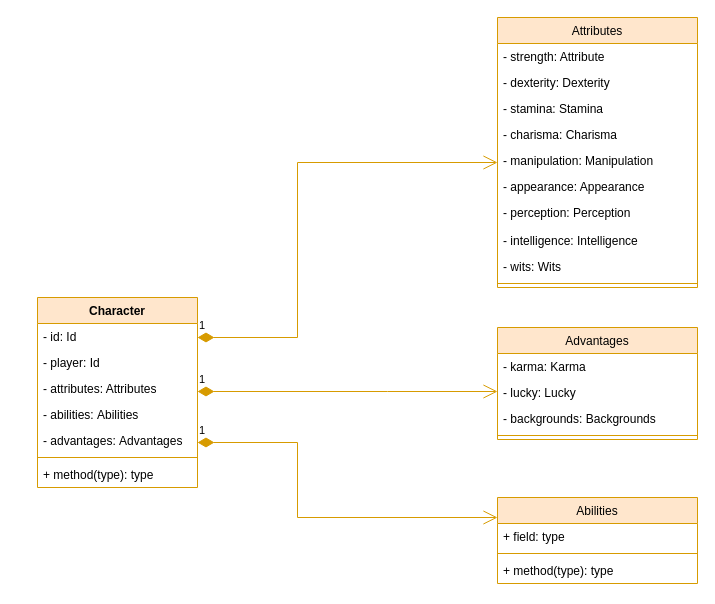
Before: Characters.drawio in TheSeedSDK/diagrams, a draw.io diagram. Source tidied: cells renumbered, new cells numbered last; positions are measured from the earlier drawing's top-left corner, leaving out a move shared by most shapes. Both pictures are drawn from the tidied source at 100%, with x=0, y=0 at pixel (37, 17).
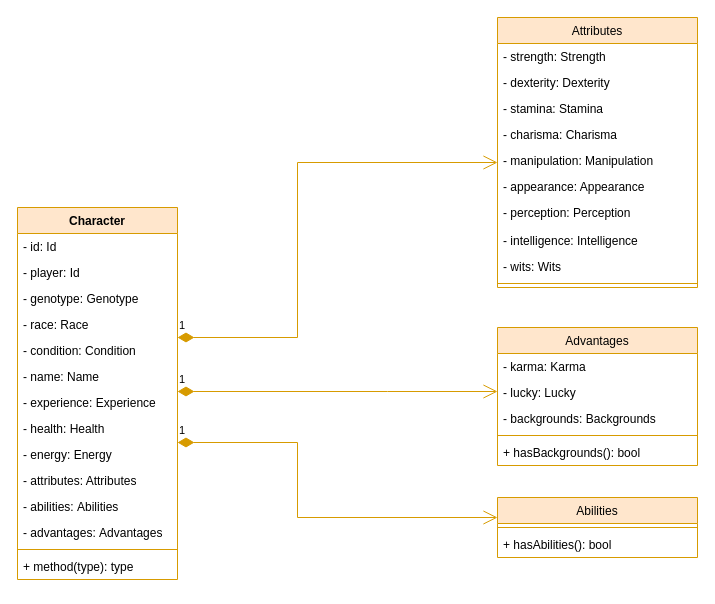
The same page after the edit.

The change refers to these unchanged cells:
```xml
<mxCell id="6" value="Attributes" style="swimlane;fontStyle=0;align=center;verticalAlign=top;horizontal=1;startSize=26;fillColor=#ffe6cc;strokeColor=#d79b00;" parent="1" vertex="1">
  <mxGeometry x="460" width="200" height="270" as="geometry" />
</mxCell>
```

Change to the diagram source:
```diff
@@
     <mxCell id="2" value="Abilities" style="swimlane;fontStyle=0;align=center;verticalAlign=top;horizontal=1;startSize=26;fillColor=#ffe6cc;strokeColor=#d79b00;" parent="1" vertex="1">
-      <mxGeometry x="460" y="480" width="200" height="86" as="geometry" />
+      <mxGeometry x="460" y="480" width="200" height="60" as="geometry" />
     </mxCell>
-    <mxCell id="3" value="+ field: type" style="text;strokeColor=none;fillColor=none;align=left;verticalAlign=top;spacingLeft=4;spacingRight=4;overflow=hidden;" parent="2" vertex="1">
-      <mxGeometry y="26" width="200" height="26" as="geometry" />
-    </mxCell>
     <mxCell id="4" style="line;strokeWidth=1;fillColor=#ffe6cc;align=left;verticalAlign=middle;spacingTop=-1;spacingLeft=3;spacingRight=3;labelPosition=right;strokeColor=#d79b00;" parent="2" vertex="1">
-      <mxGeometry y="52" width="200" height="8" as="geometry" />
+      <mxGeometry y="26" width="200" height="8" as="geometry" />
     </mxCell>
-    <mxCell id="5" value="+ method(type): type" style="text;strokeColor=none;fillColor=none;align=left;verticalAlign=top;spacingLeft=4;spacingRight=4;overflow=hidden;" parent="2" vertex="1">
-      <mxGeometry y="60" width="200" height="26" as="geometry" />
+    <mxCell id="5" value="+ hasAbilities(): bool" style="text;strokeColor=none;fillColor=none;align=left;verticalAlign=top;spacingLeft=4;spacingRight=4;overflow=hidden;" parent="2" vertex="1">
+      <mxGeometry y="34" width="200" height="26" as="geometry" />
     </mxCell>
@@
-    <mxCell id="7" value="- strength: Attribute" style="text;strokeColor=none;fillColor=none;align=left;verticalAlign=top;spacingLeft=4;spacingRight=4;overflow=hidden;" parent="6" vertex="1">
+    <mxCell id="7" value="- strength: Strength" style="text;strokeColor=none;fillColor=none;align=left;verticalAlign=top;spacingLeft=4;spacingRight=4;overflow=hidden;" parent="6" vertex="1">
       <mxGeometry y="26" width="200" height="26" as="geometry" />
     </mxCell>
@@
     <mxCell id="17" value="Character" style="swimlane;fontStyle=1;align=center;verticalAlign=top;horizontal=1;startSize=26;fillColor=#ffe6cc;strokeColor=#d79b00;" parent="1" vertex="1">
-      <mxGeometry y="280" width="160" height="190" as="geometry" />
+      <mxGeometry x="-20" y="190" width="160" height="372" as="geometry" />
     </mxCell>
@@
+    <mxCell id="33" value="- genotype: Genotype" style="text;strokeColor=none;fillColor=none;align=left;verticalAlign=top;spacingLeft=4;spacingRight=4;overflow=hidden;" parent="17" vertex="1">
+      <mxGeometry y="78" width="160" height="26" as="geometry" />
+    </mxCell>
+    <mxCell id="34" value="- race: Race" style="text;strokeColor=none;fillColor=none;align=left;verticalAlign=top;spacingLeft=4;spacingRight=4;overflow=hidden;" parent="17" vertex="1">
+      <mxGeometry y="104" width="160" height="26" as="geometry" />
+    </mxCell>
+    <mxCell id="35" value="- condition: Condition" style="text;strokeColor=none;fillColor=none;align=left;verticalAlign=top;spacingLeft=4;spacingRight=4;overflow=hidden;" parent="17" vertex="1">
+      <mxGeometry y="130" width="160" height="26" as="geometry" />
+    </mxCell>
+    <mxCell id="36" value="- name: Name" style="text;strokeColor=none;fillColor=none;align=left;verticalAlign=top;spacingLeft=4;spacingRight=4;overflow=hidden;" parent="17" vertex="1">
+      <mxGeometry y="156" width="160" height="26" as="geometry" />
+    </mxCell>
+    <mxCell id="37" value="- experience: Experience" style="text;strokeColor=none;fillColor=none;align=left;verticalAlign=top;spacingLeft=4;spacingRight=4;overflow=hidden;" parent="17" vertex="1">
+      <mxGeometry y="182" width="160" height="26" as="geometry" />
+    </mxCell>
+    <mxCell id="38" value="- health: Health" style="text;strokeColor=none;fillColor=none;align=left;verticalAlign=top;spacingLeft=4;spacingRight=4;overflow=hidden;" parent="17" vertex="1">
+      <mxGeometry y="208" width="160" height="26" as="geometry" />
+    </mxCell>
+    <mxCell id="39" value="- energy: Energy" style="text;strokeColor=none;fillColor=none;align=left;verticalAlign=top;spacingLeft=4;spacingRight=4;overflow=hidden;" parent="17" vertex="1">
+      <mxGeometry y="234" width="160" height="26" as="geometry" />
+    </mxCell>
     <mxCell id="20" value="- attributes: Attributes" style="text;strokeColor=none;fillColor=none;align=left;verticalAlign=top;spacingLeft=4;spacingRight=4;overflow=hidden;" parent="17" vertex="1">
-      <mxGeometry y="78" width="160" height="26" as="geometry" />
+      <mxGeometry y="260" width="160" height="26" as="geometry" />
     </mxCell>
     <mxCell id="21" value="- abilities: Abilities" style="text;strokeColor=none;fillColor=none;align=left;verticalAlign=top;spacingLeft=4;spacingRight=4;overflow=hidden;" parent="17" vertex="1">
-      <mxGeometry y="104" width="160" height="26" as="geometry" />
+      <mxGeometry y="286" width="160" height="26" as="geometry" />
     </mxCell>
     <mxCell id="22" value="- advantages: Advantages" style="text;strokeColor=none;fillColor=none;align=left;verticalAlign=top;spacingLeft=4;spacingRight=4;overflow=hidden;" parent="17" vertex="1">
-      <mxGeometry y="130" width="160" height="26" as="geometry" />
+      <mxGeometry y="312" width="160" height="26" as="geometry" />
     </mxCell>
     <mxCell id="23" style="line;strokeWidth=1;fillColor=#ffe6cc;align=left;verticalAlign=middle;spacingTop=-1;spacingLeft=3;spacingRight=3;labelPosition=right;strokeColor=#d79b00;" parent="17" vertex="1">
-      <mxGeometry y="156" width="160" height="8" as="geometry" />
+      <mxGeometry y="338" width="160" height="8" as="geometry" />
     </mxCell>
     <mxCell id="24" value="+ method(type): type" style="text;strokeColor=none;fillColor=none;align=left;verticalAlign=top;spacingLeft=4;spacingRight=4;overflow=hidden;" parent="17" vertex="1">
-      <mxGeometry y="164" width="160" height="26" as="geometry" />
+      <mxGeometry y="346" width="160" height="26" as="geometry" />
     </mxCell>
@@
     <mxCell id="26" value="Advantages" style="swimlane;fontStyle=0;align=center;verticalAlign=top;horizontal=1;startSize=26;fillColor=#ffe6cc;strokeColor=#d79b00;" parent="1" vertex="1">
-      <mxGeometry x="460" y="310" width="200" height="112" as="geometry" />
+      <mxGeometry x="460" y="310" width="200" height="138" as="geometry" />
     </mxCell>
@@
+    <mxCell id="40" value="+ hasBackgrounds(): bool" style="text;strokeColor=none;fillColor=none;align=left;verticalAlign=top;spacingLeft=4;spacingRight=4;overflow=hidden;" parent="26" vertex="1">
+      <mxGeometry y="112" width="200" height="26" as="geometry" />
+    </mxCell>
```
